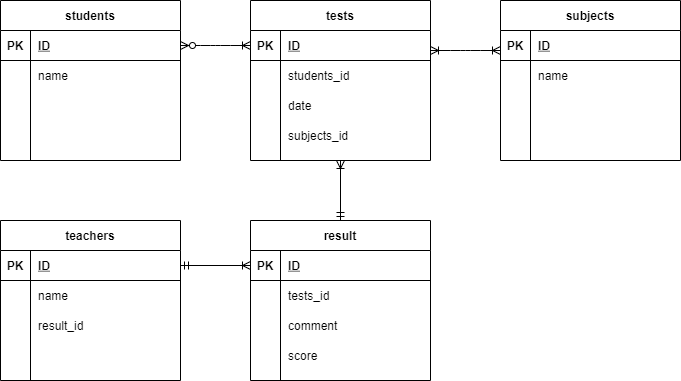
Above: index.drawio.png in hisad/coachtech_DB (draw.io), before the change. Source tidied: cells renumbered, new cells last; positions are measured from the earlier drawing's top-left corner, leaving out a move shared by most shapes.
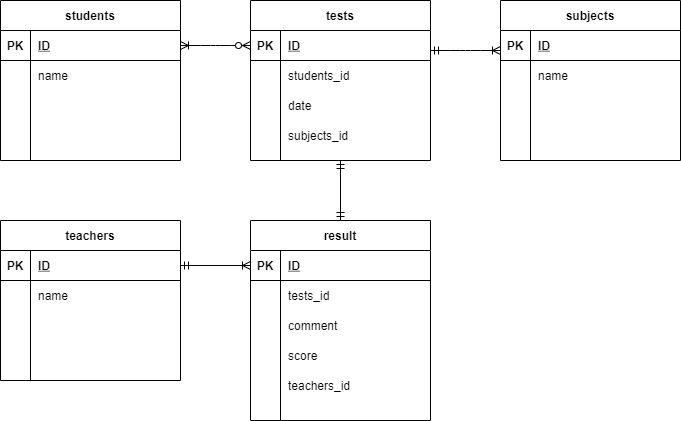
After the change.

What changed in the source:
```diff
@@ -68,7 +68,7 @@
     <mxCell id="23" style="shape=partialRectangle;fillColor=none;top=0;left=0;bottom=0;right=0;overflow=hidden;" parent="22" vertex="1">
       <mxGeometry width="30" height="30" as="geometry" />
     </mxCell>
-    <mxCell id="24" value="result_id" style="shape=partialRectangle;fillColor=none;top=0;left=0;bottom=0;right=0;align=left;spacingLeft=6;overflow=hidden;" parent="22" vertex="1">
+    <mxCell id="24" style="shape=partialRectangle;fillColor=none;top=0;left=0;bottom=0;right=0;align=left;spacingLeft=6;overflow=hidden;" parent="22" vertex="1">
       <mxGeometry x="30" width="150" height="30" as="geometry" />
     </mxCell>
     <mxCell id="25" style="shape=partialRectangle;fillColor=none;top=0;left=0;bottom=0;right=0;" parent="15" vertex="1">
@@ -119,11 +119,11 @@
     <mxCell id="40" value="subjects_id" style="shape=partialRectangle;fillColor=none;top=0;left=0;bottom=0;right=0;align=left;spacingLeft=6;overflow=hidden;" parent="38" vertex="1">
       <mxGeometry x="30" width="150" height="30" as="geometry" />
     </mxCell>
-    <mxCell id="41" style="edgeStyle=entityRelationEdgeStyle;fontSize=12;html=1;endArrow=ERoneToMany;exitX=1;exitY=0.5;exitDx=0;exitDy=0;entryX=0;entryY=0.5;entryDx=0;entryDy=0;endFill=0;startArrow=ERzeroToMany;startFill=1;" parent="1" edge="1" source="3" target="29">
+    <mxCell id="41" style="edgeStyle=entityRelationEdgeStyle;fontSize=12;html=1;endArrow=ERzeroToMany;exitX=1;exitY=0.5;exitDx=0;exitDy=0;entryX=0;entryY=0.5;entryDx=0;entryDy=0;endFill=1;startArrow=ERoneToMany;startFill=0;" parent="1" edge="1" source="3" target="29">
       <mxGeometry relative="1" as="geometry" />
     </mxCell>
     <mxCell id="42" value="result" style="shape=table;startSize=30;rowLines=0;fontStyle=1;align=center;" parent="1" vertex="1">
-      <mxGeometry x="250" y="220" width="180" height="160" as="geometry" />
+      <mxGeometry x="250" y="220" width="180" height="200" as="geometry" />
     </mxCell>
     <mxCell id="43" style="shape=partialRectangle;fillColor=none;top=0;left=0;bottom=1;right=0;points=[[0,0.5],[1,0.5]];portConstraint=eastwest;" parent="42" vertex="1">
       <mxGeometry y="30" width="180" height="30" as="geometry" />
@@ -203,14 +203,17 @@
     <mxCell id="68" style="shape=partialRectangle;fillColor=none;top=0;left=0;bottom=0;right=0;align=left;spacingLeft=6;overflow=hidden;" parent="66" vertex="1">
       <mxGeometry x="30" width="150" height="30" as="geometry" />
     </mxCell>
-    <mxCell id="69" style="edgeStyle=entityRelationEdgeStyle;fontSize=12;html=1;endArrow=ERoneToMany;exitX=1;exitY=0.5;exitDx=0;exitDy=0;entryX=0;entryY=0.5;entryDx=0;entryDy=0;endFill=0;startArrow=ERoneToMany;startFill=0;" parent="1" edge="1">
+    <mxCell id="69" style="edgeStyle=entityRelationEdgeStyle;fontSize=12;html=1;endArrow=ERoneToMany;exitX=1;exitY=0.5;exitDx=0;exitDy=0;entryX=0;entryY=0.5;entryDx=0;entryDy=0;endFill=0;startArrow=ERmandOne;startFill=0;" parent="1" edge="1">
       <mxGeometry relative="1" as="geometry">
         <mxPoint x="430" y="50" as="sourcePoint" />
         <mxPoint x="500" y="50" as="targetPoint" />
       </mxGeometry>
     </mxCell>
-    <mxCell id="70" style="fontSize=12;html=1;endArrow=ERoneToMany;entryX=0.5;entryY=1;entryDx=0;entryDy=0;exitX=0.5;exitY=0;exitDx=0;exitDy=0;startArrow=ERmandOne;startFill=0;endFill=0;" parent="1" edge="1" source="42" target="28">
+    <mxCell id="70" style="fontSize=12;html=1;endArrow=ERmandOne;entryX=0.5;entryY=1;entryDx=0;entryDy=0;exitX=0.5;exitY=0;exitDx=0;exitDy=0;startArrow=ERmandOne;startFill=0;endFill=0;" parent="1" edge="1" source="42" target="28">
       <mxGeometry relative="1" as="geometry" />
     </mxCell>
+    <mxCell id="71" value="teachers_id" style="shape=partialRectangle;fillColor=none;top=0;left=0;bottom=0;right=0;align=left;spacingLeft=6;overflow=hidden;" parent="1" vertex="1">
+      <mxGeometry x="280" y="370" width="150" height="30" as="geometry" />
+    </mxCell>
   </root>
 </mxGraphModel>
```
